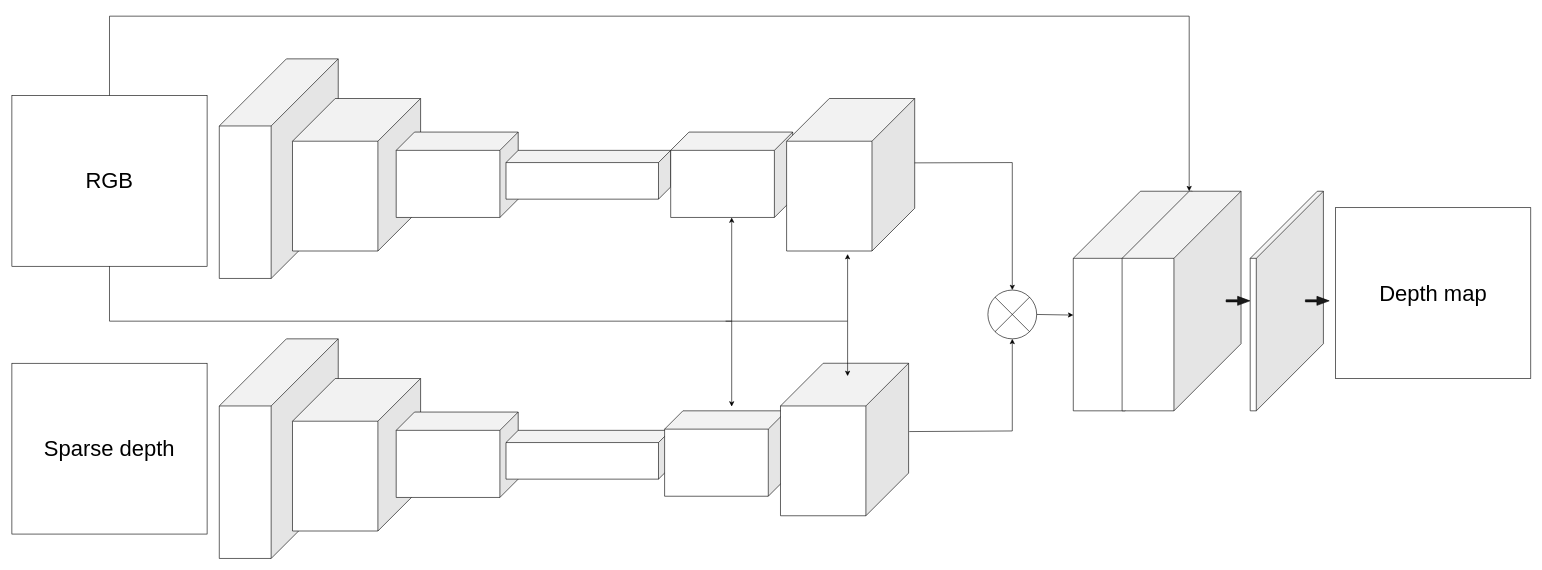
Before: model_architecture.drawio in dimarapis/LightweightDepthCompletion, a draw.io diagram. Source tidied: cells renumbered, new cells numbered last; positions are measured from the earlier drawing's top-left corner, leaving out a move shared by most shapes. Both pictures are drawn from the tidied source at 61%, with x=0, y=0 at pixel (12, 16).
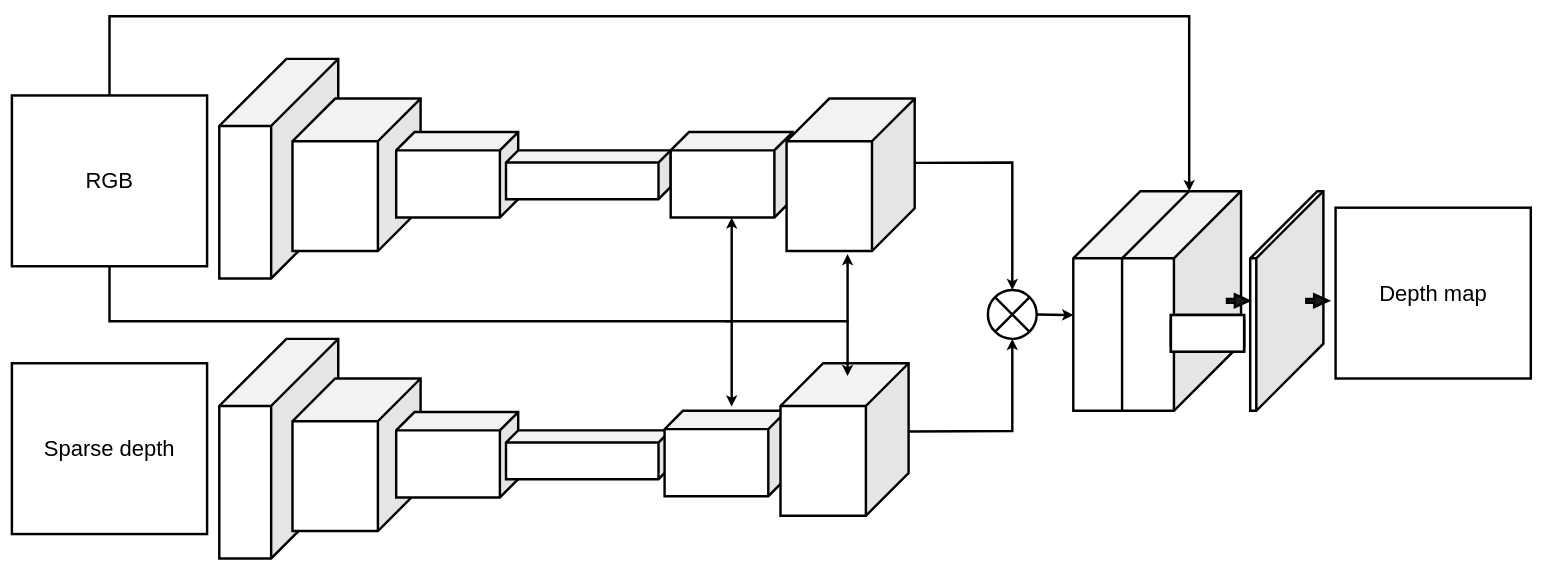
Above is the later version.

What changed in the source:
```diff
@@
-    <mxCell id="2" style="shape=cube;whiteSpace=wrap;html=1;boundedLbl=1;backgroundOutline=1;darkOpacity=0.05;darkOpacity2=0.1;flipH=1;size=110;" parent="1" vertex="1">
+    <mxCell id="2" style="shape=cube;whiteSpace=wrap;html=1;boundedLbl=1;backgroundOutline=1;darkOpacity=0.05;darkOpacity2=0.1;flipH=1;size=110;strokeWidth=4;" parent="1" vertex="1">
       <mxGeometry x="340" y="70" width="195" height="360" as="geometry" />
     </mxCell>
-    <mxCell id="3" style="shape=cube;whiteSpace=wrap;html=1;boundedLbl=1;backgroundOutline=1;darkOpacity=0.05;darkOpacity2=0.1;flipH=1;size=70;" parent="1" vertex="1">
+    <mxCell id="3" style="shape=cube;whiteSpace=wrap;html=1;boundedLbl=1;backgroundOutline=1;darkOpacity=0.05;darkOpacity2=0.1;flipH=1;size=70;strokeWidth=4;" parent="1" vertex="1">
       <mxGeometry x="460" y="135" width="210" height="250" as="geometry" />
     </mxCell>
-    <mxCell id="4" style="shape=cube;whiteSpace=wrap;html=1;boundedLbl=1;backgroundOutline=1;darkOpacity=0.05;darkOpacity2=0.1;flipH=1;size=30;" parent="1" vertex="1">
+    <mxCell id="4" style="shape=cube;whiteSpace=wrap;html=1;boundedLbl=1;backgroundOutline=1;darkOpacity=0.05;darkOpacity2=0.1;flipH=1;size=30;strokeWidth=4;" parent="1" vertex="1">
       <mxGeometry x="630" y="190" width="200" height="140" as="geometry" />
     </mxCell>
-    <mxCell id="5" style="shape=cube;whiteSpace=wrap;html=1;boundedLbl=1;backgroundOutline=1;darkOpacity=0.05;darkOpacity2=0.1;flipH=1;size=20;" parent="1" vertex="1">
+    <mxCell id="5" style="shape=cube;whiteSpace=wrap;html=1;boundedLbl=1;backgroundOutline=1;darkOpacity=0.05;darkOpacity2=0.1;flipH=1;size=20;strokeWidth=4;" parent="1" vertex="1">
       <mxGeometry x="810" y="220" width="270" height="80" as="geometry" />
     </mxCell>
-    <mxCell id="6" value="&lt;div style=&quot;font-size: 36px;&quot;&gt;RGB&lt;/div&gt;" style="rounded=0;whiteSpace=wrap;html=1;" parent="1" vertex="1">
+    <mxCell id="6" value="&lt;div style=&quot;font-size: 36px;&quot;&gt;RGB&lt;/div&gt;" style="rounded=0;whiteSpace=wrap;html=1;strokeWidth=4;" parent="1" vertex="1">
       <mxGeometry y="130" width="320" height="280" as="geometry" />
     </mxCell>
-    <mxCell id="7" value="&lt;div style=&quot;font-size: 36px;&quot;&gt;Sparse depth&lt;br&gt;&lt;/div&gt;" style="rounded=0;whiteSpace=wrap;html=1;" parent="1" vertex="1">
+    <mxCell id="7" value="&lt;div style=&quot;font-size: 36px;&quot;&gt;Sparse depth&lt;br&gt;&lt;/div&gt;" style="rounded=0;whiteSpace=wrap;html=1;strokeWidth=4;" parent="1" vertex="1">
       <mxGeometry y="569" width="320" height="280" as="geometry" />
     </mxCell>
-    <mxCell id="8" style="endArrow=classic;html=1;rounded=0;fontSize=36;exitX=0.5;exitY=1;exitDx=0;exitDy=0;" parent="1" edge="1" source="6">
+    <mxCell id="8" style="endArrow=classic;html=1;rounded=0;fontSize=36;exitX=0.5;exitY=1;exitDx=0;exitDy=0;strokeWidth=4;" parent="1" edge="1" source="6">
       <mxGeometry relative="1" as="geometry">
         <mxPoint x="1180" y="330" as="targetPoint" />
         <Array as="points">
           <mxPoint x="160" y="500" />
           <mxPoint x="1180" y="500" />
         </Array>
       </mxGeometry>
     </mxCell>
-    <mxCell id="9" style="endArrow=classic;html=1;rounded=0;fontSize=36;" parent="1" edge="1">
+    <mxCell id="9" style="endArrow=classic;html=1;rounded=0;fontSize=36;strokeWidth=4;" parent="1" edge="1">
       <mxGeometry relative="1" as="geometry">
         <mxPoint x="1170" y="500" as="sourcePoint" />
         <mxPoint x="1370" y="390" as="targetPoint" />
         <Array as="points">
           <mxPoint x="1370" y="500" />
         </Array>
       </mxGeometry>
     </mxCell>
-    <mxCell id="10" style="shape=cube;whiteSpace=wrap;html=1;boundedLbl=1;backgroundOutline=1;darkOpacity=0.05;darkOpacity2=0.1;flipH=1;size=30;flipV=0;direction=east;" parent="1" vertex="1">
+    <mxCell id="10" style="shape=cube;whiteSpace=wrap;html=1;boundedLbl=1;backgroundOutline=1;darkOpacity=0.05;darkOpacity2=0.1;flipH=1;size=30;flipV=0;direction=east;strokeWidth=4;" parent="1" vertex="1">
       <mxGeometry x="1080" y="190" width="200" height="140" as="geometry" />
     </mxCell>
-    <mxCell id="11" style="shape=cube;whiteSpace=wrap;html=1;boundedLbl=1;backgroundOutline=1;darkOpacity=0.05;darkOpacity2=0.1;flipH=1;size=70;flipV=0;direction=east;" parent="1" vertex="1">
+    <mxCell id="11" style="shape=cube;whiteSpace=wrap;html=1;boundedLbl=1;backgroundOutline=1;darkOpacity=0.05;darkOpacity2=0.1;flipH=1;size=70;flipV=0;direction=east;strokeWidth=4;" parent="1" vertex="1">
       <mxGeometry x="1270" y="135" width="210" height="250" as="geometry" />
     </mxCell>
-    <mxCell id="12" style="shape=cube;whiteSpace=wrap;html=1;boundedLbl=1;backgroundOutline=1;darkOpacity=0.05;darkOpacity2=0.1;flipH=1;size=110;" parent="1" vertex="1">
+    <mxCell id="12" style="shape=cube;whiteSpace=wrap;html=1;boundedLbl=1;backgroundOutline=1;darkOpacity=0.05;darkOpacity2=0.1;flipH=1;size=110;strokeWidth=4;" parent="1" vertex="1">
       <mxGeometry x="1740" y="287" width="195" height="360" as="geometry" />
     </mxCell>
-    <mxCell id="13" value="&lt;div style=&quot;font-size: 36px;&quot;&gt;Depth map&lt;br&gt;&lt;/div&gt;" style="rounded=0;whiteSpace=wrap;html=1;" parent="1" vertex="1">
+    <mxCell id="13" value="&lt;div style=&quot;font-size: 36px;&quot;&gt;Depth map&lt;br&gt;&lt;/div&gt;" style="rounded=0;whiteSpace=wrap;html=1;strokeWidth=4;" parent="1" vertex="1">
       <mxGeometry x="2170" y="314" width="320" height="280" as="geometry" />
     </mxCell>
-    <mxCell id="14" style="shape=cube;whiteSpace=wrap;html=1;boundedLbl=1;backgroundOutline=1;darkOpacity=0.05;darkOpacity2=0.1;flipH=1;size=110;" parent="1" vertex="1">
+    <mxCell id="14" style="shape=cube;whiteSpace=wrap;html=1;boundedLbl=1;backgroundOutline=1;darkOpacity=0.05;darkOpacity2=0.1;flipH=1;size=110;strokeWidth=4;" parent="1" vertex="1">
       <mxGeometry x="340" y="529" width="195" height="360" as="geometry" />
     </mxCell>
-    <mxCell id="15" style="shape=cube;whiteSpace=wrap;html=1;boundedLbl=1;backgroundOutline=1;darkOpacity=0.05;darkOpacity2=0.1;flipH=1;size=70;" parent="1" vertex="1">
+    <mxCell id="15" style="shape=cube;whiteSpace=wrap;html=1;boundedLbl=1;backgroundOutline=1;darkOpacity=0.05;darkOpacity2=0.1;flipH=1;size=70;strokeWidth=4;" parent="1" vertex="1">
       <mxGeometry x="460" y="594" width="210" height="250" as="geometry" />
     </mxCell>
-    <mxCell id="16" style="shape=cube;whiteSpace=wrap;html=1;boundedLbl=1;backgroundOutline=1;darkOpacity=0.05;darkOpacity2=0.1;flipH=1;size=30;" parent="1" vertex="1">
+    <mxCell id="16" style="shape=cube;whiteSpace=wrap;html=1;boundedLbl=1;backgroundOutline=1;darkOpacity=0.05;darkOpacity2=0.1;flipH=1;size=30;strokeWidth=4;" parent="1" vertex="1">
       <mxGeometry x="630" y="649" width="200" height="140" as="geometry" />
     </mxCell>
-    <mxCell id="17" style="shape=cube;whiteSpace=wrap;html=1;boundedLbl=1;backgroundOutline=1;darkOpacity=0.05;darkOpacity2=0.1;flipH=1;size=20;" parent="1" vertex="1">
+    <mxCell id="17" style="shape=cube;whiteSpace=wrap;html=1;boundedLbl=1;backgroundOutline=1;darkOpacity=0.05;darkOpacity2=0.1;flipH=1;size=20;strokeWidth=4;" parent="1" vertex="1">
       <mxGeometry x="810" y="679" width="270" height="80" as="geometry" />
     </mxCell>
-    <mxCell id="18" style="shape=cube;whiteSpace=wrap;html=1;boundedLbl=1;backgroundOutline=1;darkOpacity=0.05;darkOpacity2=0.1;flipH=1;size=30;flipV=0;direction=east;" parent="1" vertex="1">
+    <mxCell id="18" style="shape=cube;whiteSpace=wrap;html=1;boundedLbl=1;backgroundOutline=1;darkOpacity=0.05;darkOpacity2=0.1;flipH=1;size=30;flipV=0;direction=east;strokeWidth=4;" parent="1" vertex="1">
       <mxGeometry x="1070" y="647" width="200" height="140" as="geometry" />
     </mxCell>
-    <mxCell id="19" style="shape=cube;whiteSpace=wrap;html=1;boundedLbl=1;backgroundOutline=1;darkOpacity=0.05;darkOpacity2=0.1;flipH=1;size=70;flipV=0;direction=east;" parent="1" vertex="1">
+    <mxCell id="19" style="shape=cube;whiteSpace=wrap;html=1;boundedLbl=1;backgroundOutline=1;darkOpacity=0.05;darkOpacity2=0.1;flipH=1;size=70;flipV=0;direction=east;strokeWidth=4;" parent="1" vertex="1">
       <mxGeometry x="1260" y="569" width="210" height="250" as="geometry" />
     </mxCell>
-    <mxCell id="20" style="shape=cube;whiteSpace=wrap;html=1;boundedLbl=1;backgroundOutline=1;darkOpacity=0.05;darkOpacity2=0.1;flipH=1;size=110;" parent="1" vertex="1">
+    <mxCell id="20" style="shape=cube;whiteSpace=wrap;html=1;boundedLbl=1;backgroundOutline=1;darkOpacity=0.05;darkOpacity2=0.1;flipH=1;size=110;strokeWidth=4;" parent="1" vertex="1">
       <mxGeometry x="1820" y="287" width="195" height="360" as="geometry" />
     </mxCell>
-    <mxCell id="21" style="endArrow=classic;html=1;rounded=0;fontSize=36;" parent="1" edge="1">
+    <mxCell id="21" style="endArrow=classic;html=1;rounded=0;fontSize=36;strokeWidth=4;" parent="1" edge="1">
       <mxGeometry relative="1" as="geometry">
         <mxPoint x="1180" y="500" as="sourcePoint" />
         <mxPoint x="1180" y="640" as="targetPoint" />
       </mxGeometry>
     </mxCell>
-    <mxCell id="22" style="endArrow=classic;html=1;rounded=0;fontSize=36;" parent="1" edge="1">
+    <mxCell id="22" style="endArrow=classic;html=1;rounded=0;fontSize=36;strokeWidth=4;" parent="1" edge="1">
       <mxGeometry relative="1" as="geometry">
         <mxPoint x="1370" y="500" as="sourcePoint" />
         <mxPoint x="1370" y="590" as="targetPoint" />
       </mxGeometry>
     </mxCell>
-    <mxCell id="23" style="shape=cube;whiteSpace=wrap;html=1;boundedLbl=1;backgroundOutline=1;darkOpacity=0.05;darkOpacity2=0.1;flipH=1;size=110;" parent="1" vertex="1">
+    <mxCell id="23" style="shape=cube;whiteSpace=wrap;html=1;boundedLbl=1;backgroundOutline=1;darkOpacity=0.05;darkOpacity2=0.1;flipH=1;size=110;strokeWidth=4;" parent="1" vertex="1">
       <mxGeometry x="2030" y="287" width="120" height="360" as="geometry" />
     </mxCell>
-    <mxCell id="24" style="shape=sumEllipse;perimeter=ellipsePerimeter;whiteSpace=wrap;html=1;backgroundOutline=1;fontSize=36;" parent="1" vertex="1">
+    <mxCell id="24" style="shape=sumEllipse;perimeter=ellipsePerimeter;whiteSpace=wrap;html=1;backgroundOutline=1;fontSize=36;strokeWidth=4;" parent="1" vertex="1">
       <mxGeometry x="1600" y="449" width="80" height="80" as="geometry" />
     </mxCell>
-    <mxCell id="25" style="endArrow=classic;html=1;rounded=0;fontSize=36;exitX=0.5;exitY=0;exitDx=0;exitDy=0;entryX=0;entryY=0;entryDx=85;entryDy=0;entryPerimeter=0;" parent="1" edge="1" source="6" target="20">
+    <mxCell id="25" style="endArrow=classic;html=1;rounded=0;fontSize=36;exitX=0.5;exitY=0;exitDx=0;exitDy=0;entryX=0;entryY=0;entryDx=85;entryDy=0;entryPerimeter=0;strokeWidth=4;" parent="1" edge="1" source="6" target="20">
       <mxGeometry relative="1" as="geometry">
         <Array as="points">
           <mxPoint x="160" />
           <mxPoint x="1930" />
         </Array>
       </mxGeometry>
     </mxCell>
-    <mxCell id="26" style="endArrow=classic;html=1;rounded=0;fontSize=36;entryX=0.5;entryY=1;entryDx=0;entryDy=0;exitX=-0.005;exitY=0.448;exitDx=0;exitDy=0;exitPerimeter=0;" parent="1" edge="1" source="19" target="24">
+    <mxCell id="26" style="endArrow=classic;html=1;rounded=0;fontSize=36;entryX=0.5;entryY=1;entryDx=0;entryDy=0;exitX=-0.005;exitY=0.448;exitDx=0;exitDy=0;exitPerimeter=0;strokeWidth=4;" parent="1" edge="1" source="19" target="24">
       <mxGeometry relative="1" as="geometry">
         <Array as="points">
           <mxPoint x="1640" y="680" />
         </Array>
       </mxGeometry>
     </mxCell>
-    <mxCell id="27" style="endArrow=classic;html=1;rounded=0;fontSize=36;entryX=0.5;entryY=0;entryDx=0;entryDy=0;exitX=0;exitY=0.422;exitDx=0;exitDy=0;exitPerimeter=0;" parent="1" edge="1" source="11" target="24">
+    <mxCell id="27" style="endArrow=classic;html=1;rounded=0;fontSize=36;entryX=0.5;entryY=0;entryDx=0;entryDy=0;exitX=0;exitY=0.422;exitDx=0;exitDy=0;exitPerimeter=0;strokeWidth=4;" parent="1" edge="1" source="11" target="24">
       <mxGeometry relative="1" as="geometry">
         <Array as="points">
           <mxPoint x="1640" y="240" />
         </Array>
       </mxGeometry>
     </mxCell>
-    <mxCell id="28" style="endArrow=classic;html=1;rounded=0;fontSize=36;exitX=1;exitY=0.5;exitDx=0;exitDy=0;entryX=1;entryY=0.564;entryDx=0;entryDy=0;entryPerimeter=0;" parent="1" edge="1" source="24" target="12">
+    <mxCell id="28" style="endArrow=classic;html=1;rounded=0;fontSize=36;exitX=1;exitY=0.5;exitDx=0;exitDy=0;entryX=1;entryY=0.564;entryDx=0;entryDy=0;entryPerimeter=0;strokeWidth=4;" parent="1" edge="1" source="24" target="12">
       <mxGeometry relative="1" as="geometry" />
     </mxCell>
-    <mxCell id="29" style="shape=flexArrow;endArrow=classic;html=1;rounded=0;fontSize=36;endWidth=10.46979865771812;endSize=6.3731543624161064;width=3.3557046979865772;fillColor=#1A1A1A;" parent="1" edge="1">
+    <mxCell id="29" style="shape=flexArrow;endArrow=classic;html=1;rounded=0;fontSize=36;endWidth=10.46979865771812;endSize=6.3731543624161064;width=3.3557046979865772;fillColor=#1A1A1A;strokeWidth=4;" parent="1" edge="1">
       <mxGeometry relative="1" as="geometry">
         <mxPoint x="1990" y="466.7" as="sourcePoint" />
         <mxPoint x="2030" y="466.7" as="targetPoint" />
       </mxGeometry>
     </mxCell>
-    <mxCell id="30" style="shape=flexArrow;endArrow=classic;html=1;rounded=0;fontSize=36;endWidth=10.46979865771812;endSize=6.3731543624161064;width=3.3557046979865772;fillColor=#1A1A1A;" parent="1" edge="1">
+    <mxCell id="30" style="shape=flexArrow;endArrow=classic;html=1;rounded=0;fontSize=36;endWidth=10.46979865771812;endSize=6.3731543624161064;width=3.3557046979865772;fillColor=#1A1A1A;strokeWidth=4;" parent="1" edge="1">
       <mxGeometry relative="1" as="geometry">
         <mxPoint x="2120" y="466.7" as="sourcePoint" />
         <mxPoint x="2160" y="466.7" as="targetPoint" />
       </mxGeometry>
     </mxCell>
+    <mxCell id="31" style="rounded=1;whiteSpace=wrap;html=1;fontSize=36;strokeWidth=4;" parent="1" vertex="1">
+      <mxGeometry x="1900" y="490" width="120" height="60" as="geometry" />
+    </mxCell>
+    <mxCell id="32" style="rounded=0;whiteSpace=wrap;html=1;fontSize=36;strokeWidth=4;" parent="1" vertex="1">
+      <mxGeometry x="1900" y="490" width="120" height="60" as="geometry" />
+    </mxCell>
+    <mxCell id="33" style="rounded=0;whiteSpace=wrap;html=1;fontSize=36;strokeWidth=4;" parent="1" vertex="1">
+      <mxGeometry x="1900" y="490" width="120" height="60" as="geometry" />
+    </mxCell>
```
